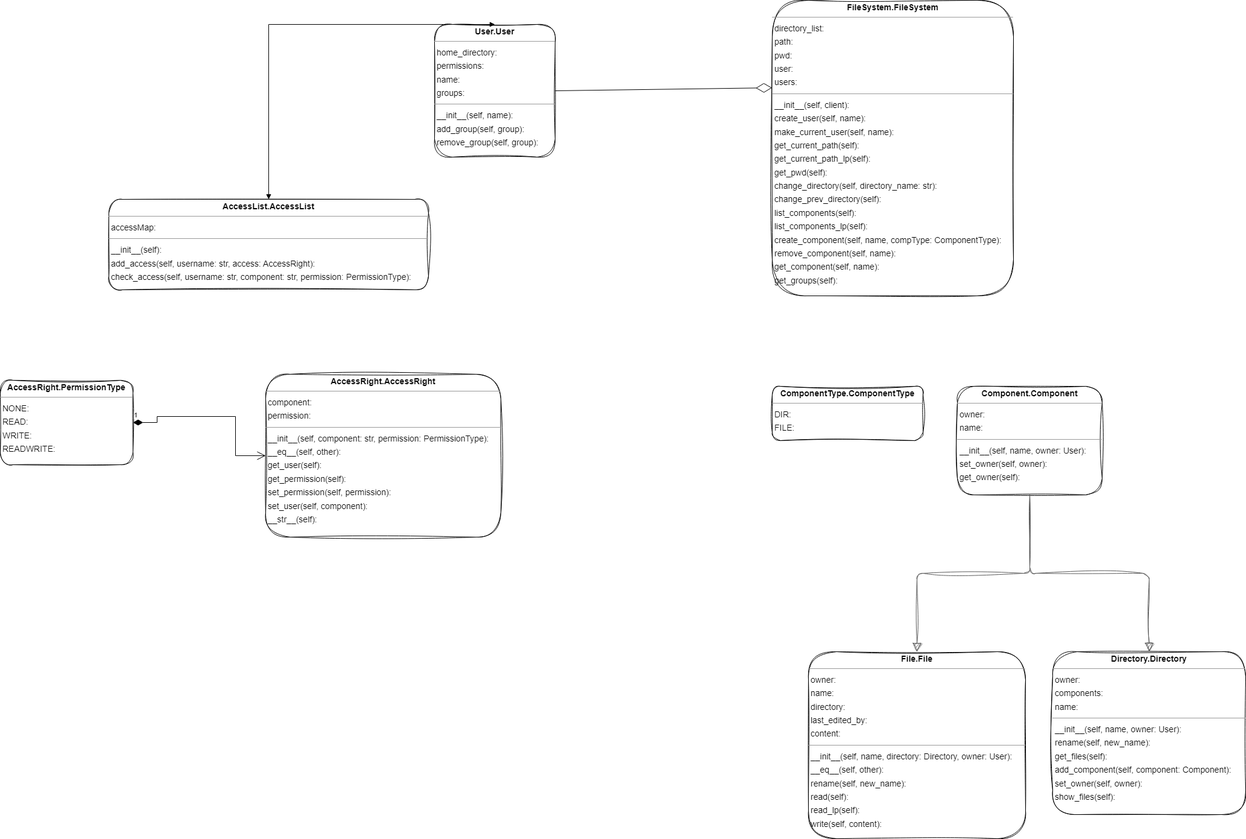
Before: Design/UML diagram.png, a diagram exported from draw.io (ECE422-Project/SFS). Source tidied: cells renumbered, new cells last; positions are measured from the earlier drawing's top-left corner, leaving out a move shared by most shapes.
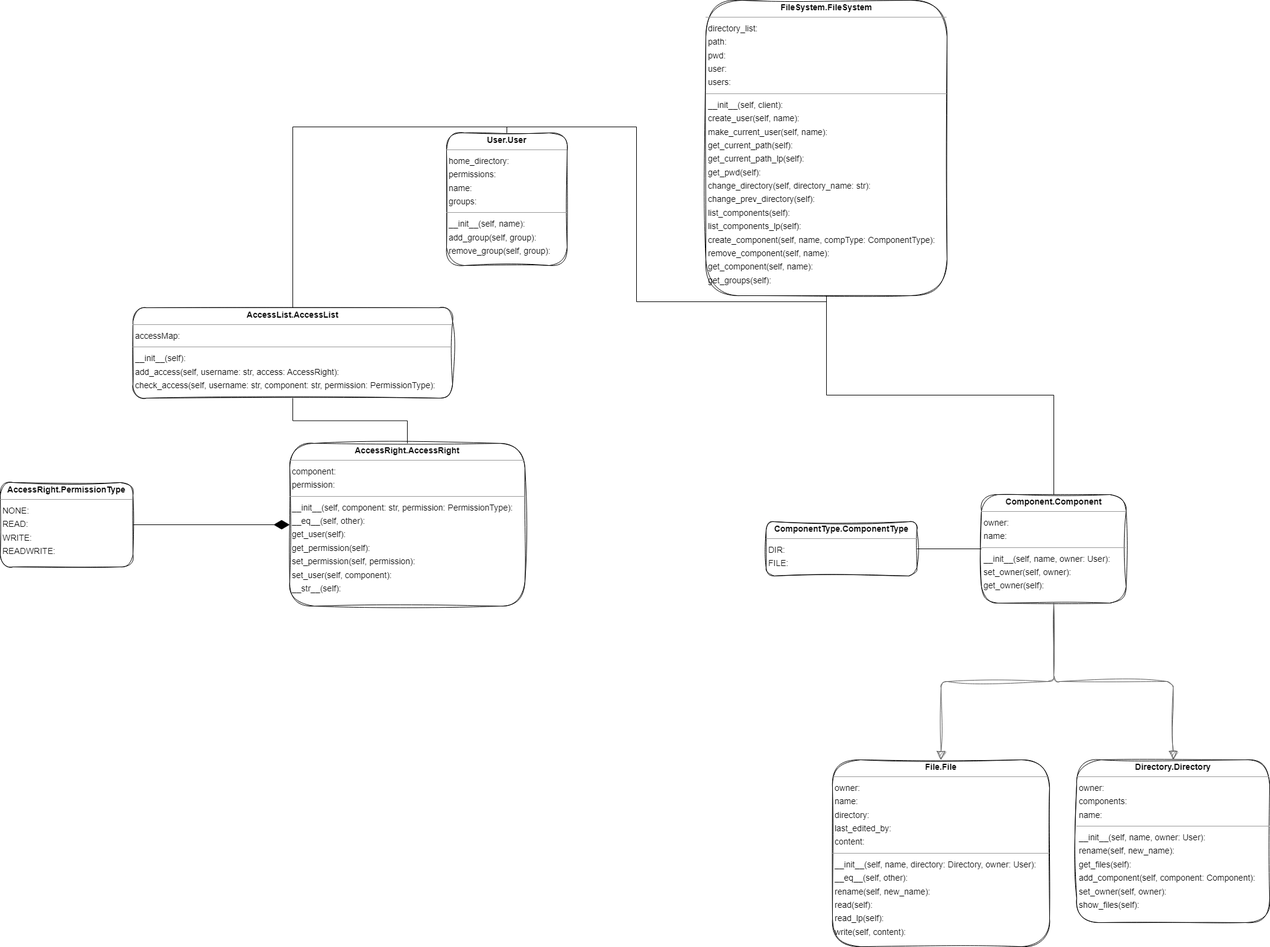
Above is the later version.

Commit message:
Update UML relationships

Change to the diagram source:
```diff
@@ -1,12 +1,12 @@
-<mxGraphModel>
+<mxGraphModel background="#ffffff">
   <root>
     <mxCell id="0" />
     <mxCell id="1" parent="0" />
     <mxCell id="2" value="&lt;p style=&quot;margin:0px;margin-top:4px;text-align:center;&quot;&gt;&lt;b&gt;User.User&lt;/b&gt;&lt;/p&gt;&lt;hr size=&quot;1&quot;/&gt;&lt;p style=&quot;margin:0 0 0 4px;line-height:1.6;&quot;&gt; home_directory: &lt;br/&gt; permissions: &lt;br/&gt; name: &lt;br/&gt; groups: &lt;/p&gt;&lt;hr size=&quot;1&quot;/&gt;&lt;p style=&quot;margin:0 0 0 4px;line-height:1.6;&quot;&gt; __init__(self, name): &lt;br/&gt; add_group(self, group): &lt;br/&gt; remove_group(self, group): &lt;/p&gt;" style="verticalAlign=top;align=left;overflow=fill;fontSize=14;fontFamily=Helvetica;html=1;rounded=1;shadow=0;comic=0;labelBackgroundColor=none;strokeWidth=1;sketch=1;curveFitting=1;jiggle=2;" parent="1" vertex="1">
-      <mxGeometry x="720" y="40" width="200" height="220" as="geometry" />
+      <mxGeometry x="700" y="40" width="200" height="220" as="geometry" />
     </mxCell>
     <mxCell id="3" value="&lt;p style=&quot;margin:0px;margin-top:4px;text-align:center;&quot;&gt;&lt;b&gt;FileSystem.FileSystem&lt;/b&gt;&lt;/p&gt;&lt;hr size=&quot;1&quot;/&gt;&lt;p style=&quot;margin:0 0 0 4px;line-height:1.6;&quot;&gt; directory_list: &lt;br/&gt; path: &lt;br/&gt; pwd: &lt;br/&gt; user: &lt;br/&gt; users: &lt;/p&gt;&lt;hr size=&quot;1&quot;/&gt;&lt;p style=&quot;margin:0 0 0 4px;line-height:1.6;&quot;&gt; __init__(self, client): &lt;br/&gt; create_user(self, name): &lt;br/&gt; make_current_user(self, name): &lt;br/&gt; get_current_path(self): &lt;br/&gt; get_current_path_lp(self): &lt;br/&gt; get_pwd(self): &lt;br/&gt; change_directory(self, directory_name: str): &lt;br/&gt; change_prev_directory(self): &lt;br/&gt; list_components(self): &lt;br/&gt; list_components_lp(self): &lt;br/&gt; create_component(self, name, compType: ComponentType): &lt;br/&gt; remove_component(self, name): &lt;br/&gt; get_component(self, name): &lt;br/&gt; get_groups(self): &lt;/p&gt;" style="verticalAlign=top;align=left;overflow=fill;fontSize=14;fontFamily=Helvetica;html=1;rounded=1;shadow=0;comic=0;labelBackgroundColor=none;strokeWidth=1;sketch=1;curveFitting=1;jiggle=2;" parent="1" vertex="1">
-      <mxGeometry x="1280" width="400" height="490" as="geometry" />
+      <mxGeometry x="1130" y="-180" width="400" height="490" as="geometry" />
     </mxCell>
     <mxCell id="4" value="&lt;p style=&quot;margin:0px;margin-top:4px;text-align:center;&quot;&gt;&lt;b&gt;Component.Component&lt;/b&gt;&lt;/p&gt;&lt;hr size=&quot;1&quot;/&gt;&lt;p style=&quot;margin:0 0 0 4px;line-height:1.6;&quot;&gt; owner: &lt;br/&gt; name: &lt;/p&gt;&lt;hr size=&quot;1&quot;/&gt;&lt;p style=&quot;margin:0 0 0 4px;line-height:1.6;&quot;&gt; __init__(self, name, owner: User): &lt;br/&gt; set_owner(self, owner): &lt;br/&gt; get_owner(self): &lt;/p&gt;" style="verticalAlign=top;align=left;overflow=fill;fontSize=14;fontFamily=Helvetica;html=1;rounded=1;shadow=0;comic=0;labelBackgroundColor=none;strokeWidth=1;sketch=1;curveFitting=1;jiggle=2;" parent="1" vertex="1">
       <mxGeometry x="1587" y="640" width="240" height="180" as="geometry" />
@@ -24,35 +24,34 @@
       <mxGeometry relative="1" as="geometry" />
     </mxCell>
     <mxCell id="9" value="&lt;p style=&quot;margin:0px;margin-top:4px;text-align:center;&quot;&gt;&lt;b&gt;ComponentType.ComponentType&lt;/b&gt;&lt;/p&gt;&lt;hr size=&quot;1&quot;/&gt;&lt;p style=&quot;margin:0 0 0 4px;line-height:1.6;&quot;&gt; DIR: &lt;br/&gt; FILE: &lt;/p&gt;" style="verticalAlign=top;align=left;overflow=fill;fontSize=14;fontFamily=Helvetica;html=1;rounded=1;shadow=0;comic=0;labelBackgroundColor=none;strokeWidth=1;sketch=1;curveFitting=1;jiggle=2;" parent="1" vertex="1">
-      <mxGeometry x="1280" y="640" width="250" height="90" as="geometry" />
+      <mxGeometry x="1230" y="685" width="250" height="90" as="geometry" />
     </mxCell>
     <mxCell id="10" value="&lt;p style=&quot;margin:0px;margin-top:4px;text-align:center;&quot;&gt;&lt;b&gt;AccessRight.AccessRight&lt;/b&gt;&lt;/p&gt;&lt;hr size=&quot;1&quot;/&gt;&lt;p style=&quot;margin:0 0 0 4px;line-height:1.6;&quot;&gt; component: &lt;br/&gt; permission: &lt;/p&gt;&lt;hr size=&quot;1&quot;/&gt;&lt;p style=&quot;margin:0 0 0 4px;line-height:1.6;&quot;&gt; __init__(self, component: str, permission: PermissionType): &lt;br/&gt; __eq__(self, other): &lt;br/&gt; get_user(self): &lt;br/&gt; get_permission(self): &lt;br/&gt; set_permission(self, permission): &lt;br/&gt; set_user(self, component): &lt;br/&gt; __str__(self): &lt;/p&gt;" style="verticalAlign=top;align=left;overflow=fill;fontSize=14;fontFamily=Helvetica;html=1;rounded=1;shadow=0;comic=0;labelBackgroundColor=none;strokeWidth=1;sketch=1;curveFitting=1;jiggle=2;" parent="1" vertex="1">
-      <mxGeometry x="440" y="620" width="390" height="270" as="geometry" />
+      <mxGeometry x="440" y="555" width="390" height="270" as="geometry" />
     </mxCell>
     <mxCell id="11" value="&lt;p style=&quot;margin:0px;margin-top:4px;text-align:center;&quot;&gt;&lt;b&gt;AccessRight.PermissionType&lt;/b&gt;&lt;/p&gt;&lt;hr size=&quot;1&quot;/&gt;&lt;p style=&quot;margin:0 0 0 4px;line-height:1.6;&quot;&gt; NONE: &lt;br/&gt; READ: &lt;br/&gt; WRITE: &lt;br/&gt; READWRITE: &lt;/p&gt;" style="verticalAlign=top;align=left;overflow=fill;fontSize=14;fontFamily=Helvetica;html=1;rounded=1;shadow=0;comic=0;labelBackgroundColor=none;strokeWidth=1;sketch=1;curveFitting=1;jiggle=2;" parent="1" vertex="1">
-      <mxGeometry y="630" width="220" height="140" as="geometry" />
+      <mxGeometry x="-40" y="620" width="220" height="140" as="geometry" />
     </mxCell>
     <mxCell id="12" value="&lt;p style=&quot;margin:0px;margin-top:4px;text-align:center;&quot;&gt;&lt;b&gt;AccessList.AccessList&lt;/b&gt;&lt;/p&gt;&lt;hr size=&quot;1&quot;/&gt;&lt;p style=&quot;margin:0 0 0 4px;line-height:1.6;&quot;&gt; accessMap: &lt;/p&gt;&lt;hr size=&quot;1&quot;/&gt;&lt;p style=&quot;margin:0 0 0 4px;line-height:1.6;&quot;&gt; __init__(self): &lt;br/&gt; add_access(self, username: str, access: AccessRight): &lt;br/&gt; check_access(self, username: str, component: str, permission: PermissionType): &lt;/p&gt;" style="verticalAlign=top;align=left;overflow=fill;fontSize=14;fontFamily=Helvetica;html=1;rounded=1;shadow=0;comic=0;labelBackgroundColor=none;strokeWidth=1;sketch=1;curveFitting=1;jiggle=2;" parent="1" vertex="1">
       <mxGeometry x="180" y="330" width="530" height="150" as="geometry" />
     </mxCell>
-    <mxCell id="13" style="endArrow=diamondThin;endFill=0;endSize=24;html=1;rounded=0;entryX=-0.001;entryY=0.296;entryDx=0;entryDy=0;entryPerimeter=0;exitX=1;exitY=0.5;exitDx=0;exitDy=0;" parent="1" edge="1" source="2" target="3">
-      <mxGeometry relative="1" as="geometry" />
-    </mxCell>
+    <mxCell id="16" style="endArrow=none;html=1;edgeStyle=orthogonalEdgeStyle;rounded=0;exitX=0.5;exitY=1;exitDx=0;exitDy=0;entryX=0.5;entryY=0;entryDx=0;entryDy=0;" parent="1" edge="1" source="3" target="4">
+      <mxGeometry relative="1" as="geometry" />
+    </mxCell>
+    <mxCell id="17" style="endArrow=none;html=1;edgeStyle=orthogonalEdgeStyle;rounded=0;exitX=0.5;exitY=1;exitDx=0;exitDy=0;entryX=0.5;entryY=0;entryDx=0;entryDy=0;" parent="1" edge="1" source="3" target="2">
+      <mxGeometry relative="1" as="geometry" />
+    </mxCell>
+    <mxCell id="18" style="endArrow=none;html=1;edgeStyle=orthogonalEdgeStyle;rounded=0;exitX=0;exitY=0.5;exitDx=0;exitDy=0;entryX=1;entryY=0.5;entryDx=0;entryDy=0;" parent="1" edge="1" source="4" target="9">
+      <mxGeometry relative="1" as="geometry" />
+    </mxCell>
+    <mxCell id="15" style="endArrow=diamondThin;endFill=1;endSize=24;html=1;rounded=0;entryX=0;entryY=0.5;entryDx=0;entryDy=0;exitX=1;exitY=0.5;exitDx=0;exitDy=0;" parent="1" edge="1" source="11" target="10">
+      <mxGeometry relative="1" as="geometry" />
+    </mxCell>
+    <mxCell id="19" style="endArrow=none;html=1;edgeStyle=orthogonalEdgeStyle;rounded=0;exitX=0.5;exitY=0;exitDx=0;exitDy=0;entryX=0.5;entryY=1;entryDx=0;entryDy=0;" parent="1" edge="1" source="10" target="12">
+      <mxGeometry relative="1" as="geometry" />
+    </mxCell>
-    <mxCell id="14" style="endArrow=block;startArrow=block;endFill=1;startFill=1;html=1;rounded=0;exitX=0.5;exitY=0;exitDx=0;exitDy=0;entryX=0.5;entryY=0;entryDx=0;entryDy=0;" parent="1" edge="1" source="2" target="12">
-      <mxGeometry relative="1" as="geometry">
-        <Array as="points">
-          <mxPoint x="445" y="40" />
-        </Array>
-      </mxGeometry>
+    <mxCell id="14" style="endArrow=none;html=1;edgeStyle=orthogonalEdgeStyle;rounded=0;exitX=0.5;exitY=0;exitDx=0;exitDy=0;entryX=0.5;entryY=0;entryDx=0;entryDy=0;" parent="1" edge="1" source="2" target="12">
+      <mxGeometry relative="1" as="geometry" />
     </mxCell>
-    <mxCell id="15" value="1" style="endArrow=open;html=1;endSize=12;startArrow=diamondThin;startSize=14;startFill=1;edgeStyle=orthogonalEdgeStyle;align=left;verticalAlign=bottom;rounded=0;entryX=0;entryY=0.5;entryDx=0;entryDy=0;exitX=1;exitY=0.5;exitDx=0;exitDy=0;" parent="1" edge="1" source="11" target="10">
-      <mxGeometry x="-1" y="3" relative="1" as="geometry">
-        <Array as="points">
-          <mxPoint x="260" y="690" />
-          <mxPoint x="390" y="690" />
-          <mxPoint x="390" y="755" />
-        </Array>
-      </mxGeometry>
-    </mxCell>
   </root>
 </mxGraphModel>
```
